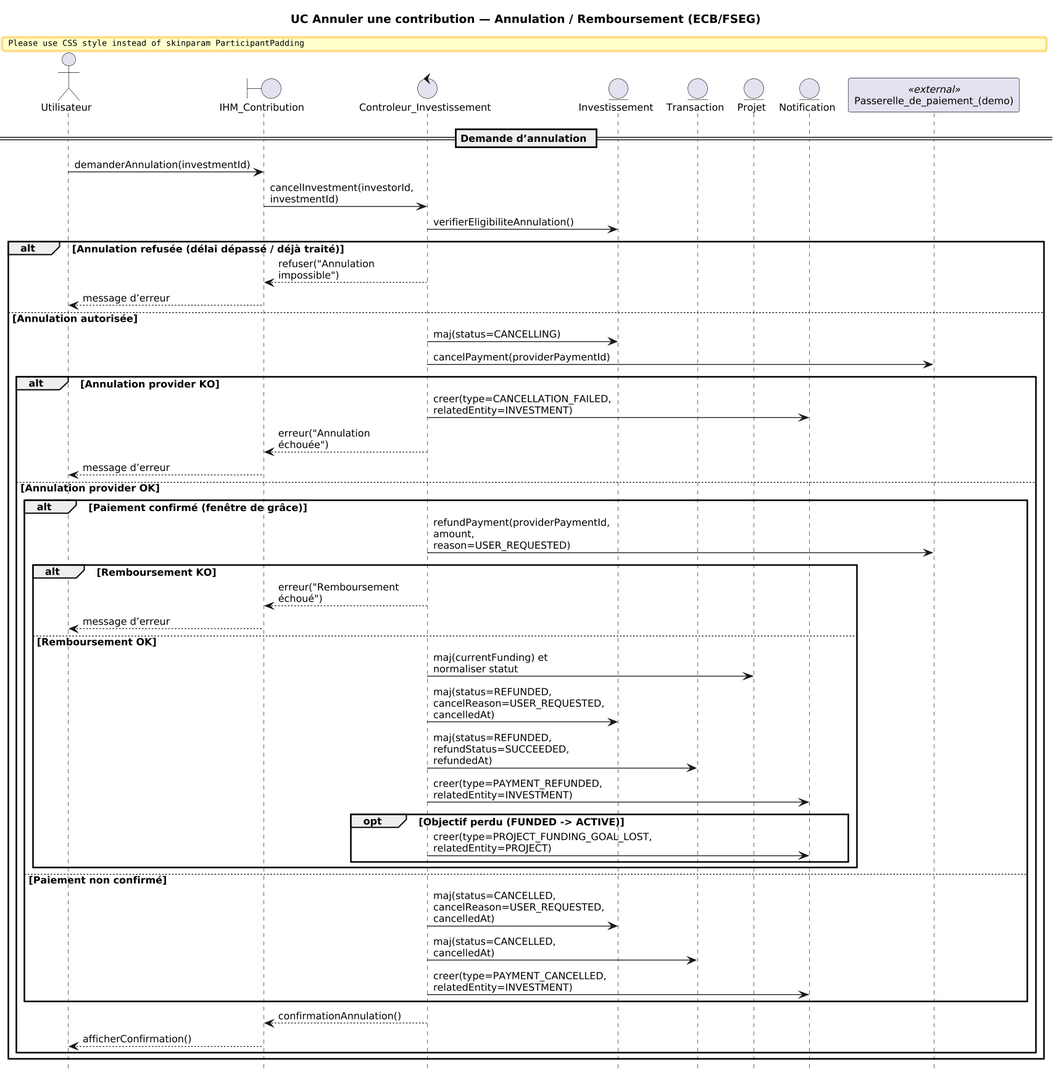
Earlier version of the PlantUML export rapport/images/sequence_diagram/annuler_contribution.png (Gdoura44/crowdfunding).
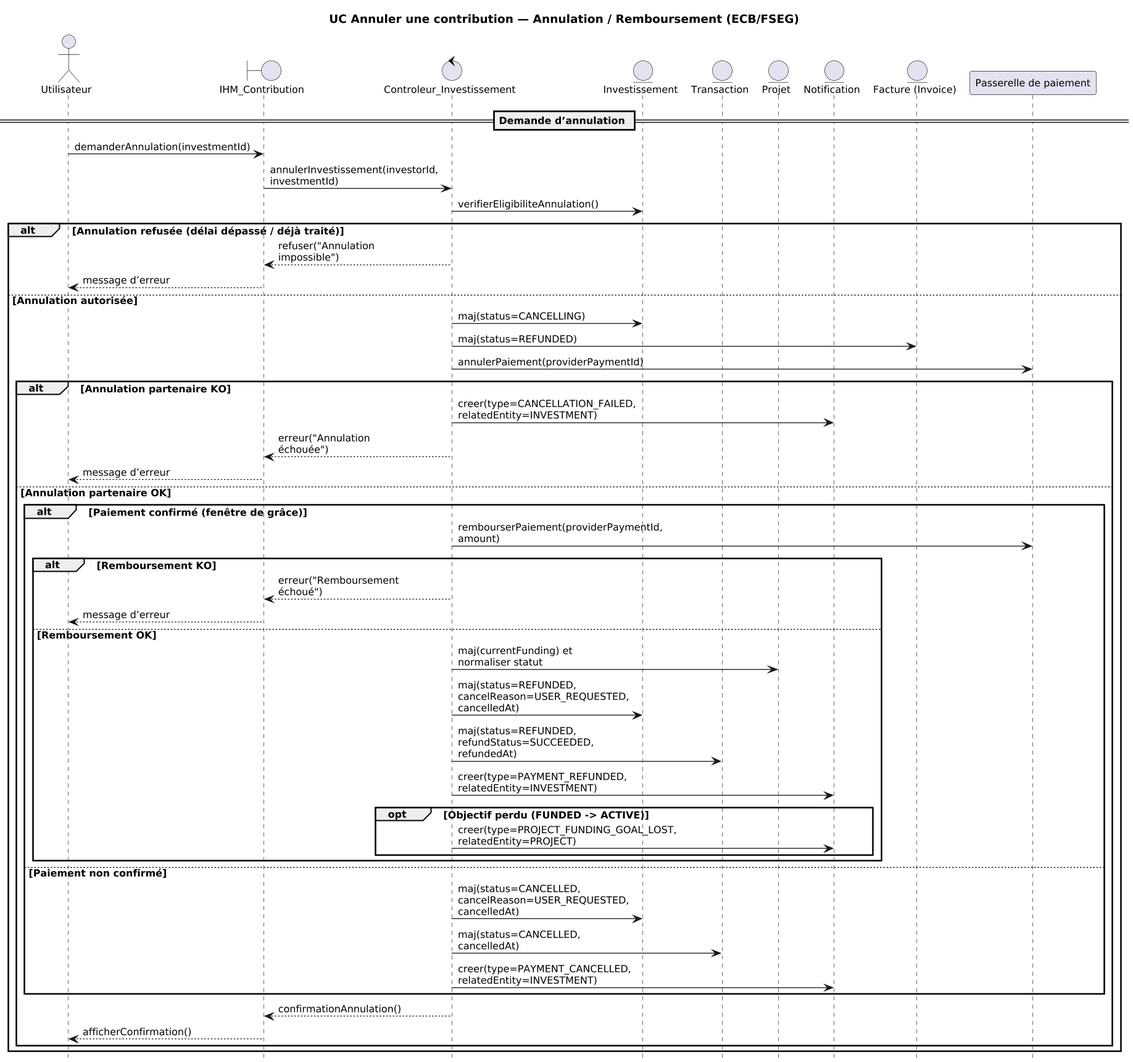
The same diagram one commit later.

Diff of the diagram source:
```diff
@@ -5,8 +5,6 @@
 skinparam defaultFontName "Times New Roman"
 skinparam defaultFontSize 12
 skinparam sequenceMessageAlign left
-skinparam ParticipantPadding 10
-skinparam BoxPadding 6
 skinparam maxMessageSize 45
 skinparam wrapWidth 150
 skinparam dpi 150
@@ -21,11 +19,12 @@
 entity "Transaction" as Tx
 entity "Projet" as P
 entity "Notification" as N
-participant "Passerelle_de_paiement_(demo)" as Pay <<external>>
+entity "Facture (Invoice)" as Invoice
+participant "Passerelle de paiement" as Pay
 
 == Demande d’annulation ==
 U -> IHM : demanderAnnulation(investmentId)
-IHM -> CI : cancelInvestment(investorId, investmentId)
+IHM -> CI : annulerInvestissement(investorId, investmentId)
 
 CI -> Inv : verifierEligibiliteAnnulation()
 alt Annulation refusée (délai dépassé / déjà traité)
@@ -33,14 +32,15 @@
   IHM --> U : message d’erreur
 else Annulation autorisée
   CI -> Inv : maj(status=CANCELLING)
-  CI -> Pay : cancelPayment(providerPaymentId)
-  alt Annulation provider KO
+  CI -> Invoice : maj(status=REFUNDED)
+  CI -> Pay : annulerPaiement(providerPaymentId)
+  alt Annulation partenaire KO
     CI -> N : creer(type=CANCELLATION_FAILED, relatedEntity=INVESTMENT)
     CI --> IHM : erreur("Annulation échouée")
     IHM --> U : message d’erreur
-  else Annulation provider OK
+else Annulation partenaire OK
     alt Paiement confirmé (fenêtre de grâce)
-      CI -> Pay : refundPayment(providerPaymentId, amount, reason=USER_REQUESTED)
+      CI -> Pay : rembourserPaiement(providerPaymentId, amount)
       alt Remboursement KO
         CI --> IHM : erreur("Remboursement échoué")
         IHM --> U : message d’erreur
```
